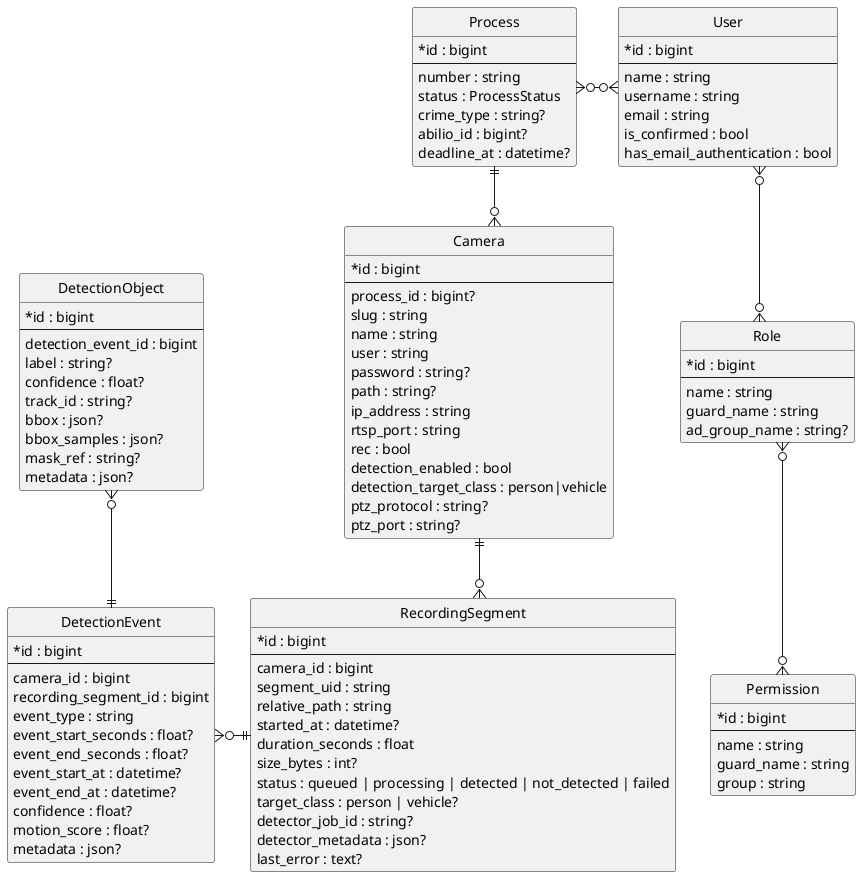
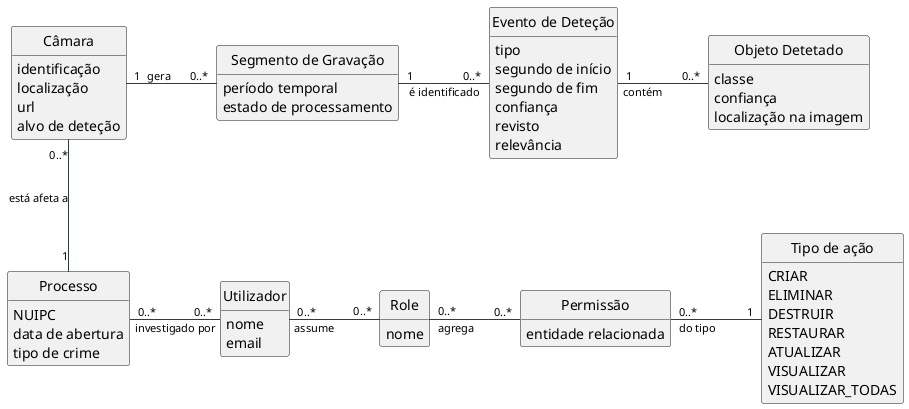
- @startuml oldmd
+ @startuml domain-model
+ 
+ 


hide circle
hide methods
skinparam classAttributeIconSize 0
+ 
skinparam linetype ortho
+ skinparam shadowing false
+ skinparam nodesep 90
+ skinparam ranksep 75
+ skinparam ArrowFontSize 11
+ skinparam ArrowThickness 1
+ skinparam ArrowColor #2F3A4A

- entity "User" as User {
-   * id : bigint
-   --
-   name : string
-   username : string
-   email : string
-   is_confirmed : bool
-   has_email_authentication : bool
+ 
+ 
+ class "Utilizador" as Utilizador {
+   nome
+   email
}

- entity "Role" as Role {
-   * id : bigint
-   --
-   name : string
-   guard_name : string
-   ad_group_name : string?
+ class "Role" as Role {
+   nome
}

- entity "Permission" as Permission {
-   * id : bigint
-   --
-   name : string
-   guard_name : string
-   group : string
+ class "Permissão" as Permissao {
+   entidade relacionada
}

- entity "Process" as Process {
-   * id : bigint
-   --
-   number : string
-   status : ProcessStatus
-   crime_type : string?
-   abilio_id : bigint?
-   deadline_at : datetime?
+ class "Processo" as Processo {
+   NUIPC
+   data de abertura
+   tipo de crime
}

- ' entity "process_user" as ProcessUser {
- '   * process_id : bigint
- '   * user_id : bigint
- '   --
- '   start_at : datetime?
- '   end_at : datetime?
+ class "Câmara" as Camara {
+   identificação
+   localização
+   url
+   alvo de deteção
+ }
+ 
+ class "Segmento de Gravação" as SegmentoGravacao {
+   período temporal
+   estado de processamento
+ }
+ 
+ class "Evento de Deteção" as EventoDetecao {
+   tipo
+   segundo de início
+   segundo de fim
+   confiança
+   revisto
+   relevância
+ }
+ 
+ class "Objeto Detetado" as ObjetoDetetado {
+   classe
+   confiança
+   localização na imagem
+ }
+ 
+ 
+ 
+ ' enum "classe de deteção" as DetectionTargetClass {
+ '   person
+ '   vehicle
' }

- entity "Camera" as Camera {
-   * id : bigint
-   --
-   process_id : bigint?
-   slug : string
-   name : string
-   user : string
-   password : string?
-   path : string?
-   ip_address : string
-   rtsp_port : string
-   rec : bool
-   detection_enabled : bool
-   detection_target_class : person|vehicle
-   ptz_protocol : string?
-   ptz_port : string?
+ ' enum "estado de processamento" as SegmentStatus {
+ '   pending
+ '   queued
+ '   processing
+ '   detected
+ '   not_detected
+ '   failed
+ '   skipped
+ ' }
+ 
+ enum "Tipo de ação" as Action {
+   CRIAR
+   ELIMINAR
+   DESTRUIR
+   RESTAURAR
+   ATUALIZAR
+   VISUALIZAR
+   VISUALIZAR_TODAS
}

- entity "RecordingSegment" as RecordingSegment {
-   * id : bigint
-   --
-   camera_id : bigint
-   segment_uid : string
-   relative_path : string
-   started_at : datetime?
-   duration_seconds : float
-   size_bytes : int?
-   status : queued | processing | detected | not_detected | failed
-   target_class : person | vehicle?
-   detector_job_id : string?
-   detector_metadata : json?
-   last_error : text?
- }

- entity "DetectionEvent" as DetectionEvent {
-   * id : bigint
-   --
-   camera_id : bigint
-   recording_segment_id : bigint
-   event_type : string
-   event_start_seconds : float?
-   event_end_seconds : float?
-   event_start_at : datetime?
-   event_end_at : datetime?
-   confidence : float?
-   motion_score : float?
-   metadata : json?
- }
+ Utilizador "0..*" -right- "0..*" Role : assume
+ Role "0..*" -right- "0..*" Permissao : agrega
+ Permissao  "0..*" -right-  "1" Action : do tipo

- entity "DetectionObject" as DetectionObject {
-   * id : bigint
-   --
-   detection_event_id : bigint
-   label : string?
-   confidence : float?
-   track_id : string?
-   bbox : json?
-   bbox_samples : json?
-   mask_ref : string?
-   metadata : json?
- }
+ Processo "0..*" -right- "0..*" Utilizador : investigado por
+ Camara "0..*" -down- "1" Processo : está afeta a
+  ' Camara "1" .. "1" DetectionTargetClass : asd

- User }o--o{ Role
- Role }o-down-o{ Permission
- Process }o-o{ User
- Process ||--o{ Camera
- Camera ||--o{ RecordingSegment
+ Camara "1" -right- "0..*" SegmentoGravacao : gera
+ SegmentoGravacao "1" -right- "0..*" EventoDetecao : é identificado
+ ' SegmentoGravacao "1" -right- "1" SegmentStatus : tem estado
+ EventoDetecao "1" -right- "0..*" ObjetoDetetado : contém

- RecordingSegment ||-left-o{ DetectionEvent

- DetectionEvent ||-up-o{ DetectionObject
+ 

@enduml
